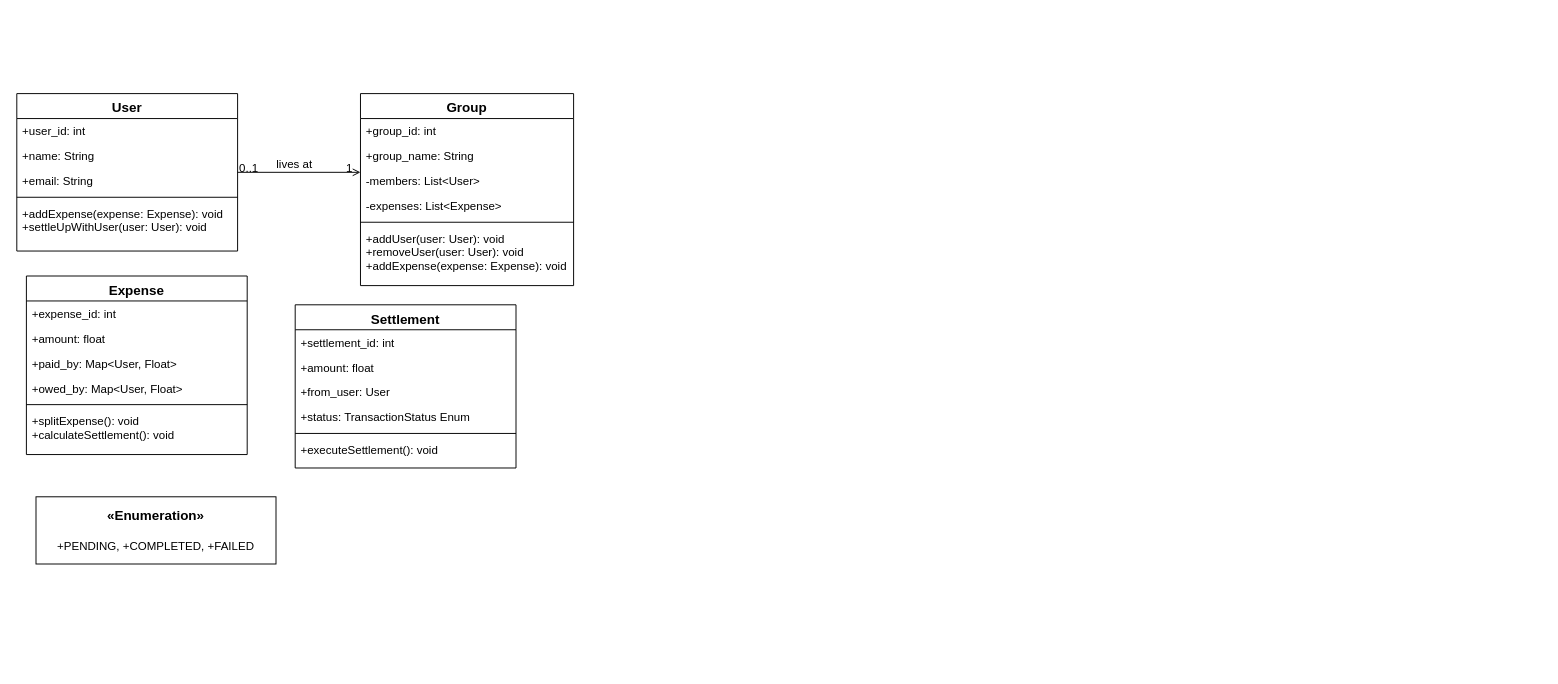
Earlier version of the draw.io diagram Splitwise Class Diagram.drawio (geeky-sanjay/class-diagrams). Source tidied: cells renumbered, new cells numbered last; positions are measured from the earlier drawing's top-left corner, leaving out a move shared by most shapes. Both pictures are drawn from the tidied source at 96%, with x=0, y=0 at pixel (16, 93).
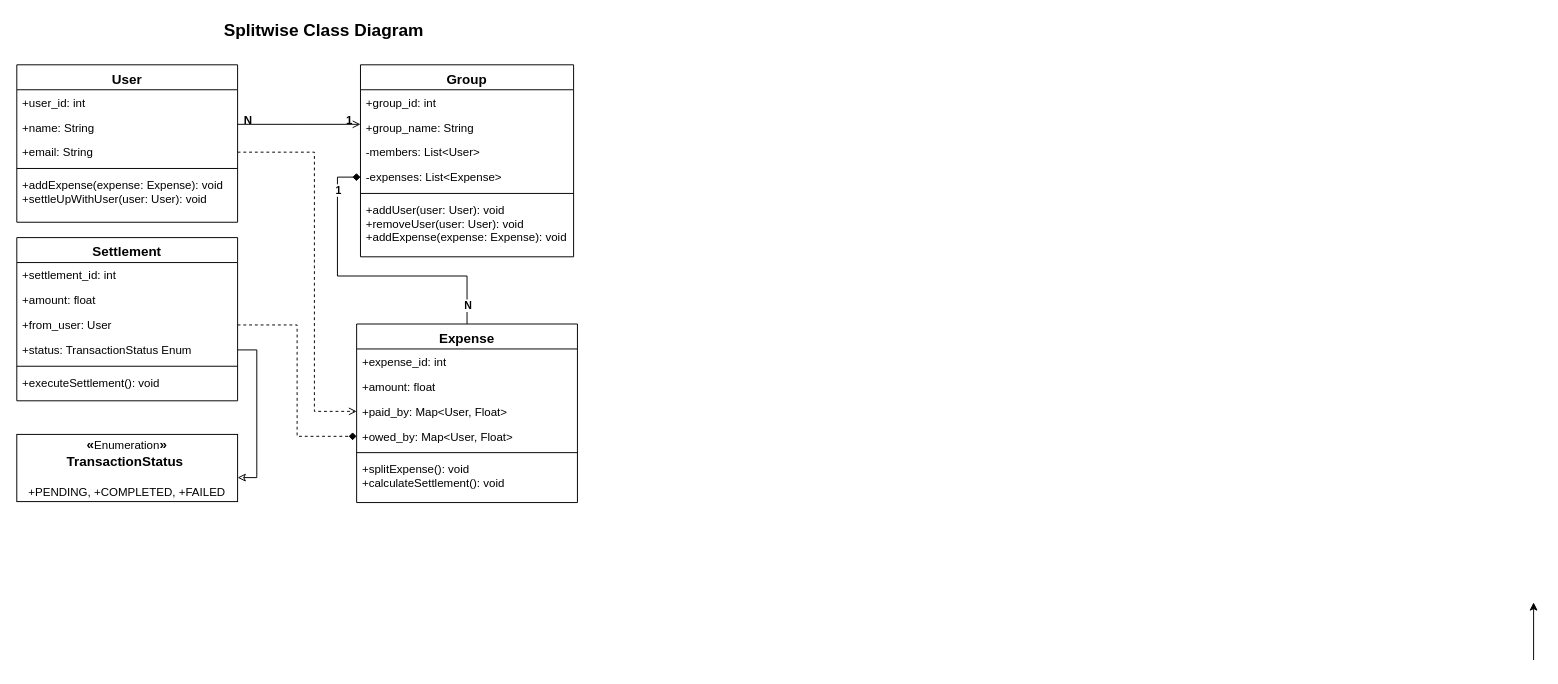
The same diagram, later.

Unchanged cells that the change refers to:
```xml
<mxCell id="5" value="+email: String" style="text;align=left;verticalAlign=top;spacingLeft=4;spacingRight=4;overflow=hidden;points=[[0,0.5],[1,0.5]];portConstraint=eastwest;rounded=0;shadow=0;html=0;" parent="2" vertex="1">
  <mxGeometry y="78" width="230" height="26" as="geometry" />
</mxCell>
<mxCell id="12" value="-expenses: List&lt;Expense&gt;" style="text;align=left;verticalAlign=top;spacingLeft=4;spacingRight=4;overflow=hidden;points=[[0,0.5],[1,0.5]];portConstraint=eastwest;rounded=0;shadow=0;html=0;" parent="8" vertex="1">
  <mxGeometry y="104" width="222" height="26" as="geometry" />
</mxCell>
<mxCell id="22" value="+paid_by: Map&lt;User, Float&gt;" style="text;align=left;verticalAlign=top;spacingLeft=4;spacingRight=4;overflow=hidden;points=[[0,0.5],[1,0.5]];portConstraint=eastwest;rounded=0;shadow=0;html=0;" parent="19" vertex="1">
  <mxGeometry y="78" width="230" height="26" as="geometry" />
</mxCell>
<mxCell id="23" value="+owed_by: Map&lt;User, Float&gt;" style="text;align=left;verticalAlign=top;spacingLeft=4;spacingRight=4;overflow=hidden;points=[[0,0.5],[1,0.5]];portConstraint=eastwest;rounded=0;shadow=0;html=0;" parent="19" vertex="1">
  <mxGeometry y="104" width="230" height="26" as="geometry" />
</mxCell>
<mxCell id="29" value="+from_user: User" style="text;align=left;verticalAlign=top;spacingLeft=4;spacingRight=4;overflow=hidden;points=[[0,0.5],[1,0.5]];portConstraint=eastwest;rounded=0;shadow=0;html=0;" parent="26" vertex="1">
  <mxGeometry y="78" width="230" height="26" as="geometry" />
</mxCell>
<mxCell id="30" value="+status: TransactionStatus Enum" style="text;align=left;verticalAlign=top;spacingLeft=4;spacingRight=4;overflow=hidden;points=[[0,0.5],[1,0.5]];portConstraint=eastwest;rounded=0;shadow=0;html=0;" parent="26" vertex="1">
  <mxGeometry y="104" width="230" height="26" as="geometry" />
</mxCell>
```

Change to the diagram source:
```diff
@@
     <mxCell id="2" value="User" style="swimlane;fontStyle=1;align=center;verticalAlign=top;horizontal=1;startSize=26;rounded=0;shadow=0;strokeWidth=1;fontSize=14;" parent="1" vertex="1">
-      <mxGeometry width="230" height="164" as="geometry" />
+      <mxGeometry y="-30" width="230" height="164" as="geometry" />
     </mxCell>
@@
     <mxCell id="8" value="Group" style="swimlane;fontStyle=1;align=center;verticalAlign=top;horizontal=1;startSize=26;rounded=0;shadow=0;strokeWidth=1;fontSize=14;" parent="1" vertex="1">
-      <mxGeometry x="358" width="222" height="200" as="geometry" />
+      <mxGeometry x="358" y="-30" width="222" height="200" as="geometry" />
     </mxCell>
@@
-    <mxCell id="15" style="endArrow=open;shadow=0;strokeWidth=1;rounded=0;curved=0;endFill=1;edgeStyle=elbowEdgeStyle;elbow=vertical;" parent="1" edge="1" source="2" target="8">
+    <mxCell id="15" style="endArrow=open;shadow=0;strokeWidth=1;rounded=0;curved=0;endFill=1;edgeStyle=elbowEdgeStyle;elbow=vertical;" parent="1" edge="1">
       <mxGeometry x="0.5" y="41" relative="1" as="geometry">
+        <mxPoint x="230" y="32" as="sourcePoint" />
+        <mxPoint x="358" y="32" as="targetPoint" />
         <mxPoint x="-40" y="32" as="offset" />
       </mxGeometry>
     </mxCell>
-    <mxCell id="16" value="0..1" style="align=left;verticalAlign=bottom;labelBackgroundColor=none;fontSize=12;" parent="15" vertex="1">
+    <mxCell id="16" value="N" style="align=left;verticalAlign=bottom;labelBackgroundColor=none;fontSize=12;fontStyle=1;" parent="15" vertex="1">
       <mxGeometry x="-1" relative="1" as="geometry">
-        <mxPoint y="4" as="offset" />
+        <mxPoint x="5" y="4" as="offset" />
       </mxGeometry>
     </mxCell>
-    <mxCell id="17" value="1" style="align=right;verticalAlign=bottom;labelBackgroundColor=none;fontSize=12;" parent="15" vertex="1">
+    <mxCell id="17" value="1" style="align=right;verticalAlign=bottom;labelBackgroundColor=none;fontSize=12;fontStyle=1;" parent="15" vertex="1">
       <mxGeometry x="1" relative="1" as="geometry">
         <mxPoint x="-7" y="4" as="offset" />
       </mxGeometry>
     </mxCell>
-    <mxCell id="18" value="lives at" style="text;html=1;align=center;verticalAlign=middle;labelBackgroundColor=none;rounded=0;shadow=0;strokeWidth=1;fontSize=12;" parent="15" vertex="1">
-      <mxGeometry x="0.5" y="49" relative="1" as="geometry">
-        <mxPoint x="-38" y="40" as="offset" />
-      </mxGeometry>
-    </mxCell>
+    <mxCell id="34" style="edgeStyle=orthogonalEdgeStyle;rounded=0;orthogonalLoop=1;jettySize=auto;html=1;" parent="1" edge="1">
+      <mxGeometry relative="1" as="geometry">
+        <mxPoint x="1580" y="590" as="sourcePoint" />
+        <mxPoint x="1580" y="530" as="targetPoint" />
+      </mxGeometry>
+    </mxCell>
     <mxCell id="19" value="Expense" style="swimlane;fontStyle=1;align=center;verticalAlign=top;horizontal=1;startSize=26;rounded=0;shadow=0;strokeWidth=1;fontSize=14;" parent="1" vertex="1">
-      <mxGeometry x="10" y="190" width="230" height="186" as="geometry" />
+      <mxGeometry x="354" y="240" width="230" height="186" as="geometry" />
     </mxCell>
@@
     <mxCell id="26" value="Settlement" style="swimlane;fontStyle=1;align=center;verticalAlign=top;horizontal=1;startSize=26;rounded=0;shadow=0;strokeWidth=1;fontSize=14;" parent="1" vertex="1">
-      <mxGeometry x="290" y="220" width="230" height="170" as="geometry" />
+      <mxGeometry y="150" width="230" height="170" as="geometry" />
     </mxCell>
@@
-    <mxCell id="33" value="&lt;font style=&quot;font-size: 14px;&quot;&gt;&lt;b&gt;«Enumeration»&lt;br&gt;&lt;br&gt;&lt;/b&gt;&lt;/font&gt;+PENDING,&amp;nbsp;+COMPLETED,&amp;nbsp;+FAILED" style="html=1;whiteSpace=wrap;" parent="1" vertex="1">
-      <mxGeometry x="20" y="420" width="250" height="70" as="geometry" />
+    <mxCell id="33" value="&lt;font style=&quot;&quot;&gt;&lt;b style=&quot;font-size: 14px;&quot;&gt;«&lt;/b&gt;&lt;font style=&quot;font-size: 12px;&quot;&gt;Enumeration&lt;/font&gt;&lt;b style=&quot;font-size: 14px;&quot;&gt;»&lt;br&gt;&lt;/b&gt;&lt;span style=&quot;text-align: left; text-wrap: nowrap;&quot;&gt;&lt;font style=&quot;font-size: 14px;&quot;&gt;&lt;b&gt;TransactionStatus&amp;nbsp;&lt;/b&gt;&lt;/font&gt;&lt;/span&gt;&lt;b style=&quot;font-size: 14px;&quot;&gt;&lt;br&gt;&lt;br&gt;&lt;/b&gt;&lt;/font&gt;+PENDING,&amp;nbsp;+COMPLETED,&amp;nbsp;+FAILED" style="html=1;whiteSpace=wrap;" parent="1" vertex="1">
+      <mxGeometry y="355" width="230" height="70" as="geometry" />
     </mxCell>
+    <mxCell id="35" style="edgeStyle=orthogonalEdgeStyle;rounded=0;jettySize=auto;html=1;exitX=0.5;exitY=0;exitDx=0;exitDy=0;entryX=0;entryY=0.5;entryDx=0;entryDy=0;endArrow=diamond;endFill=1;" parent="1" edge="1" source="19" target="12">
+      <mxGeometry relative="1" as="geometry">
+        <Array as="points">
+          <mxPoint x="469" y="190" />
+          <mxPoint x="334" y="190" />
+          <mxPoint x="334" y="87" />
+        </Array>
+      </mxGeometry>
+    </mxCell>
+    <mxCell id="36" value="&lt;b&gt;N&lt;/b&gt;" style="edgeLabel;html=1;align=center;verticalAlign=middle;" parent="35" vertex="1">
+      <mxGeometry x="-0.52" y="-1" relative="1" as="geometry">
+        <mxPoint x="25" y="31" as="offset" />
+      </mxGeometry>
+    </mxCell>
+    <mxCell id="37" value="&lt;b&gt;1&lt;/b&gt;" style="edgeLabel;html=1;align=center;verticalAlign=middle;" parent="35" vertex="1">
+      <mxGeometry x="0.52" relative="1" as="geometry">
+        <mxPoint y="-38" as="offset" />
+      </mxGeometry>
+    </mxCell>
+    <mxCell id="38" style="edgeStyle=orthogonalEdgeStyle;rounded=0;jettySize=auto;html=1;exitX=1;exitY=0.5;exitDx=0;exitDy=0;entryX=0;entryY=0.5;entryDx=0;entryDy=0;endArrow=diamond;endFill=1;dashed=1;" parent="1" edge="1" source="29" target="23">
+      <mxGeometry relative="1" as="geometry" />
+    </mxCell>
+    <mxCell id="39" style="edgeStyle=orthogonalEdgeStyle;rounded=0;jettySize=auto;html=1;exitX=1;exitY=0.5;exitDx=0;exitDy=0;entryX=0;entryY=0.5;entryDx=0;entryDy=0;endArrow=open;endFill=0;dashed=1;" parent="1" edge="1" source="5" target="22">
+      <mxGeometry relative="1" as="geometry">
+        <Array as="points">
+          <mxPoint x="310" y="61" />
+          <mxPoint x="310" y="331" />
+        </Array>
+      </mxGeometry>
+    </mxCell>
+    <mxCell id="40" style="edgeStyle=orthogonalEdgeStyle;rounded=0;jettySize=auto;html=1;exitX=1;exitY=0.5;exitDx=0;exitDy=0;entryX=1;entryY=0.643;entryDx=0;entryDy=0;entryPerimeter=0;endArrow=classic;endFill=0;" parent="1" edge="1" source="30" target="33">
+      <mxGeometry relative="1" as="geometry" />
+    </mxCell>
+    <mxCell id="41" value="Splitwise Class Diagram" style="text;html=1;align=center;verticalAlign=middle;whiteSpace=wrap;rounded=0;fontStyle=1;fontSize=18;" parent="1" vertex="1">
+      <mxGeometry x="210" y="-80" width="220" height="30" as="geometry" />
+    </mxCell>
```
